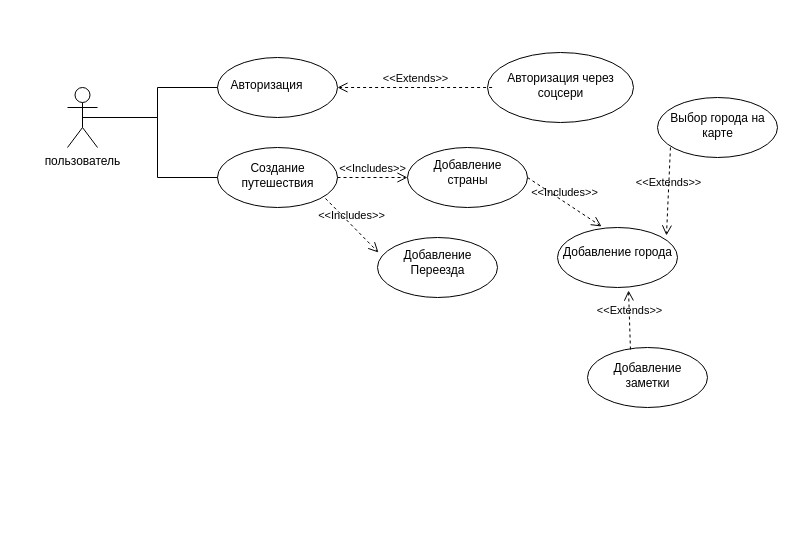
Earlier version of the draw.io diagram task_final/Trip plan UC.drawio (LiRay7/sal-rab-homeworks). Source tidied: cells renumbered, new cells numbered last; positions are measured from the earlier drawing's top-left corner, leaving out a move shared by most shapes. Both pictures are drawn from the tidied source at 100%, with x=0, y=0 at pixel (67, 52).
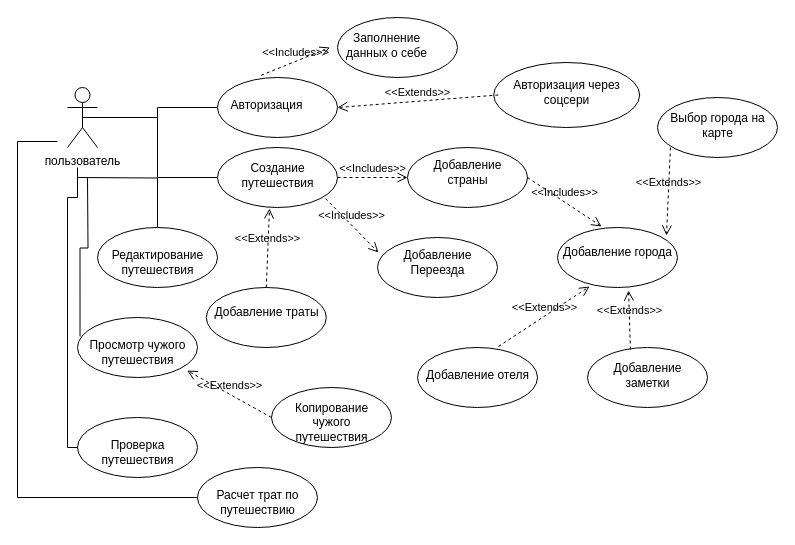
The same diagram, later.

The change refers to these unchanged cells:
```xml
<mxCell id="11" style="shape=ellipse;horizontal=1;html=1;dashed=0;" parent="1" vertex="1">
  <mxGeometry x="150" y="95" width="120" height="60" as="geometry" />
</mxCell>
<mxCell id="23" style="shape=ellipse;horizontal=1;html=1;dashed=0;" parent="1" vertex="1">
  <mxGeometry x="490" y="175" width="120" height="60" as="geometry" />
</mxCell>
```

Change to the diagram source:
```diff
@@
     <mxCell id="3" style="shape=ellipse;horizontal=1;html=1;dashed=0;" parent="1" vertex="1">
-      <mxGeometry x="150" y="5" width="120" height="60" as="geometry" />
+      <mxGeometry x="150" y="25" width="120" height="60" as="geometry" />
     </mxCell>
@@
     <mxCell id="6" style="shape=ellipse;horizontal=1;html=1;dashed=0;" parent="1" vertex="1">
-      <mxGeometry x="420" width="146" height="70" as="geometry" />
+      <mxGeometry x="426.2" y="10" width="146" height="65" as="geometry" />
     </mxCell>
     <mxCell id="7" value="Авторизация через соцсери" style="html=1;strokeColor=none;fillColor=none;align=center;verticalAlign=middle;whiteSpace=wrap;" parent="6" vertex="1">
-      <mxGeometry x="4.6" y="30" width="136.9" height="5" as="geometry" />
+      <mxGeometry x="4.6" y="27.9" width="136.9" height="4.6" as="geometry" />
     </mxCell>
@@
+    <mxCell id="29" style="shape=ellipse;horizontal=1;html=1;dashed=0;" parent="1" vertex="1">
+      <mxGeometry x="350" y="295" width="120" height="60" as="geometry" />
+    </mxCell>
+    <mxCell id="30" value="Добавление отеля" style="html=1;strokeColor=none;fillColor=none;align=center;verticalAlign=middle;whiteSpace=wrap;" parent="29" vertex="1">
+      <mxGeometry x="3.8" y="25.7" width="112.5" height="4.3" as="geometry" />
+    </mxCell>
+    <mxCell id="31" value="&amp;lt;&amp;lt;Extends&amp;gt;&amp;gt;" style="endArrow=open;startArrow=none;endFill=0;startFill=0;endSize=8;html=1;verticalAlign=bottom;dashed=1;labelBackgroundColor=none;rounded=0;entryX=0.267;entryY=0.983;entryDx=0;entryDy=0;entryPerimeter=0;exitX=0.675;exitY=-0.017;exitDx=0;exitDy=0;exitPerimeter=0;" parent="1" edge="1" source="29" target="23">
+      <mxGeometry relative="1" as="geometry" />
+    </mxCell>
+    <mxCell id="32" style="shape=ellipse;horizontal=1;html=1;dashed=0;" parent="1" vertex="1">
+      <mxGeometry x="138.8" y="235" width="120" height="60" as="geometry" />
+    </mxCell>
+    <mxCell id="33" value="Добавление траты" style="html=1;strokeColor=none;fillColor=none;align=center;verticalAlign=middle;whiteSpace=wrap;" parent="32" vertex="1">
+      <mxGeometry x="3.8" y="20" width="112.5" height="10" as="geometry" />
+    </mxCell>
+    <mxCell id="34" value="&amp;lt;&amp;lt;Extends&amp;gt;&amp;gt;" style="endArrow=open;startArrow=none;endFill=0;startFill=0;endSize=8;html=1;verticalAlign=bottom;dashed=1;labelBackgroundColor=none;rounded=0;entryX=0.433;entryY=1.017;entryDx=0;entryDy=0;entryPerimeter=0;exitX=0.5;exitY=0;exitDx=0;exitDy=0;" parent="1" edge="1" source="32" target="11">
+      <mxGeometry relative="1" as="geometry" />
+    </mxCell>
+    <mxCell id="35" style="shape=ellipse;horizontal=1;html=1;dashed=0;" parent="1" vertex="1">
+      <mxGeometry x="30" y="175" width="120" height="60" as="geometry" />
+    </mxCell>
+    <mxCell id="36" value="Редактирование путешествия" style="html=1;strokeColor=none;fillColor=none;align=center;verticalAlign=middle;whiteSpace=wrap;" parent="35" vertex="1">
+      <mxGeometry x="3.8" y="30" width="112.5" height="10" as="geometry" />
+    </mxCell>
+    <mxCell id="37" style="endArrow=none;html=1;endSize=12;startArrow=none;startSize=14;startFill=0;edgeStyle=orthogonalEdgeStyle;align=center;verticalAlign=bottom;endFill=0;rounded=0;entryX=0.5;entryY=0;entryDx=0;entryDy=0;" parent="1" edge="1" target="35">
+      <mxGeometry y="3" relative="1" as="geometry">
+        <mxPoint x="10" y="125" as="sourcePoint" />
+      </mxGeometry>
+    </mxCell>
+    <mxCell id="38" style="shape=ellipse;horizontal=1;html=1;dashed=0;" parent="1" vertex="1">
+      <mxGeometry x="10" y="265" width="120" height="60" as="geometry" />
+    </mxCell>
+    <mxCell id="39" value="Просмотр чужого путешествия" style="html=1;strokeColor=none;fillColor=none;align=center;verticalAlign=middle;whiteSpace=wrap;" parent="38" vertex="1">
+      <mxGeometry x="3.8" y="30" width="112.5" height="10" as="geometry" />
+    </mxCell>
+    <mxCell id="40" style="endArrow=none;html=1;endSize=12;startArrow=none;startSize=14;startFill=0;edgeStyle=orthogonalEdgeStyle;align=center;verticalAlign=bottom;endFill=0;rounded=0;entryX=0.021;entryY=0.316;entryDx=0;entryDy=0;entryPerimeter=0;" parent="1" edge="1" target="38">
+      <mxGeometry y="3" relative="1" as="geometry">
+        <mxPoint x="20" y="125" as="sourcePoint" />
+      </mxGeometry>
+    </mxCell>
+    <mxCell id="41" style="shape=ellipse;horizontal=1;html=1;dashed=0;" parent="1" vertex="1">
+      <mxGeometry x="204" y="335" width="120" height="60" as="geometry" />
+    </mxCell>
+    <mxCell id="42" value="Копирование чужого путешествия" style="html=1;strokeColor=none;fillColor=none;align=center;verticalAlign=middle;whiteSpace=wrap;" parent="41" vertex="1">
+      <mxGeometry x="3.8" y="30" width="112.5" height="10" as="geometry" />
+    </mxCell>
+    <mxCell id="43" value="&amp;lt;&amp;lt;Extends&amp;gt;&amp;gt;" style="endArrow=open;startArrow=none;endFill=0;startFill=0;endSize=8;html=1;verticalAlign=bottom;dashed=1;labelBackgroundColor=none;rounded=0;entryX=0.913;entryY=0.884;entryDx=0;entryDy=0;entryPerimeter=0;exitX=0;exitY=0.5;exitDx=0;exitDy=0;" parent="1" edge="1" source="41" target="38">
+      <mxGeometry relative="1" as="geometry" />
+    </mxCell>
+    <mxCell id="44" style="shape=ellipse;horizontal=1;html=1;dashed=0;" parent="1" vertex="1">
+      <mxGeometry x="270" y="-35" width="120" height="60" as="geometry" />
+    </mxCell>
+    <mxCell id="45" value="Заполнение данных о себе" style="html=1;strokeColor=none;fillColor=none;align=center;verticalAlign=middle;whiteSpace=wrap;" parent="44" vertex="1">
+      <mxGeometry x="-7.5" y="25.7" width="112.5" height="4.3" as="geometry" />
+    </mxCell>
+    <mxCell id="46" value="&amp;lt;&amp;lt;Includes&amp;gt;&amp;gt;" style="endArrow=open;startArrow=none;endFill=0;startFill=0;endSize=8;html=1;verticalAlign=bottom;dashed=1;labelBackgroundColor=none;rounded=0;exitX=0.364;exitY=-0.037;exitDx=0;exitDy=0;entryX=0;entryY=1;entryDx=0;entryDy=0;exitPerimeter=0;" parent="1" edge="1" source="3" target="45">
+      <mxGeometry x="-0.01" relative="1" as="geometry" />
+    </mxCell>
+    <mxCell id="47" style="shape=ellipse;horizontal=1;html=1;dashed=0;" parent="1" vertex="1">
+      <mxGeometry x="10" y="365" width="120" height="60" as="geometry" />
+    </mxCell>
+    <mxCell id="48" value="Проверка путешествия" style="html=1;strokeColor=none;fillColor=none;align=center;verticalAlign=middle;whiteSpace=wrap;" parent="47" vertex="1">
+      <mxGeometry x="3.8" y="30" width="112.5" height="10" as="geometry" />
+    </mxCell>
+    <mxCell id="49" style="shape=ellipse;horizontal=1;html=1;dashed=0;" parent="1" vertex="1">
+      <mxGeometry x="130" y="415" width="120" height="60" as="geometry" />
+    </mxCell>
+    <mxCell id="50" value="Расчет трат по путешествию" style="html=1;strokeColor=none;fillColor=none;align=center;verticalAlign=middle;whiteSpace=wrap;" parent="49" vertex="1">
+      <mxGeometry x="3.8" y="30" width="112.5" height="10" as="geometry" />
+    </mxCell>
+    <mxCell id="51" style="endArrow=none;html=1;endSize=12;startArrow=none;startSize=14;startFill=0;edgeStyle=orthogonalEdgeStyle;align=center;verticalAlign=bottom;endFill=0;rounded=0;entryX=0;entryY=0.5;entryDx=0;entryDy=0;" parent="1" edge="1" target="47">
+      <mxGeometry y="3" relative="1" as="geometry">
+        <mxPoint x="10" y="115" as="sourcePoint" />
+        <Array as="points">
+          <mxPoint x="10" y="145" />
+          <mxPoint y="145" />
+          <mxPoint y="395" />
+        </Array>
+      </mxGeometry>
+    </mxCell>
+    <mxCell id="52" style="endArrow=none;html=1;endSize=12;startArrow=none;startSize=14;startFill=0;edgeStyle=orthogonalEdgeStyle;align=center;verticalAlign=bottom;endFill=0;rounded=0;entryX=0;entryY=0.5;entryDx=0;entryDy=0;" parent="1" edge="1" target="49">
+      <mxGeometry y="3" relative="1" as="geometry">
+        <mxPoint x="-10" y="89" as="sourcePoint" />
+        <Array as="points">
+          <mxPoint x="-50" y="89" />
+          <mxPoint x="-50" y="445" />
+        </Array>
+      </mxGeometry>
+    </mxCell>
```
